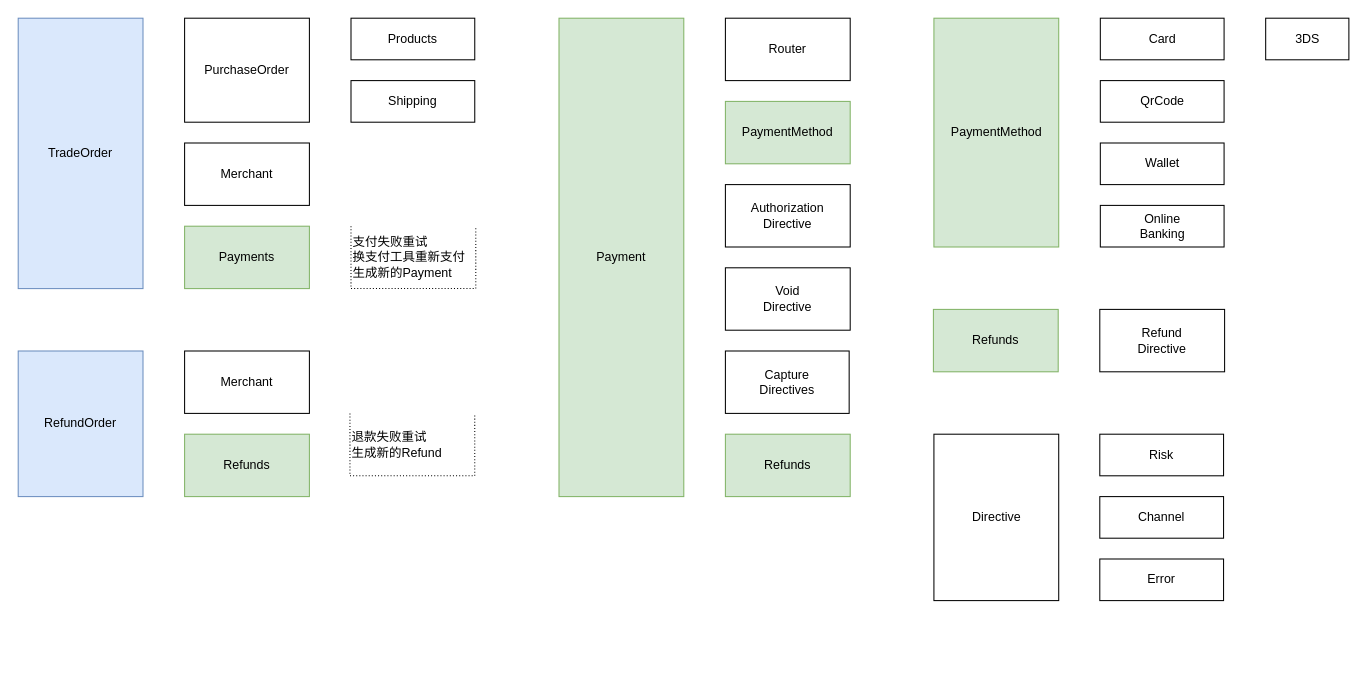
Above: page "模型关系图" (2 of 11) of 支付架构.drawio in JudeSheng/design (draw.io), before the change. Source tidied: cells renumbered, new cells numbered last; positions are measured from the earlier drawing's top-left corner, leaving out a move shared by most shapes. Both pictures are drawn from the tidied source at 104%, with x=0, y=0 at pixel (18, 18).
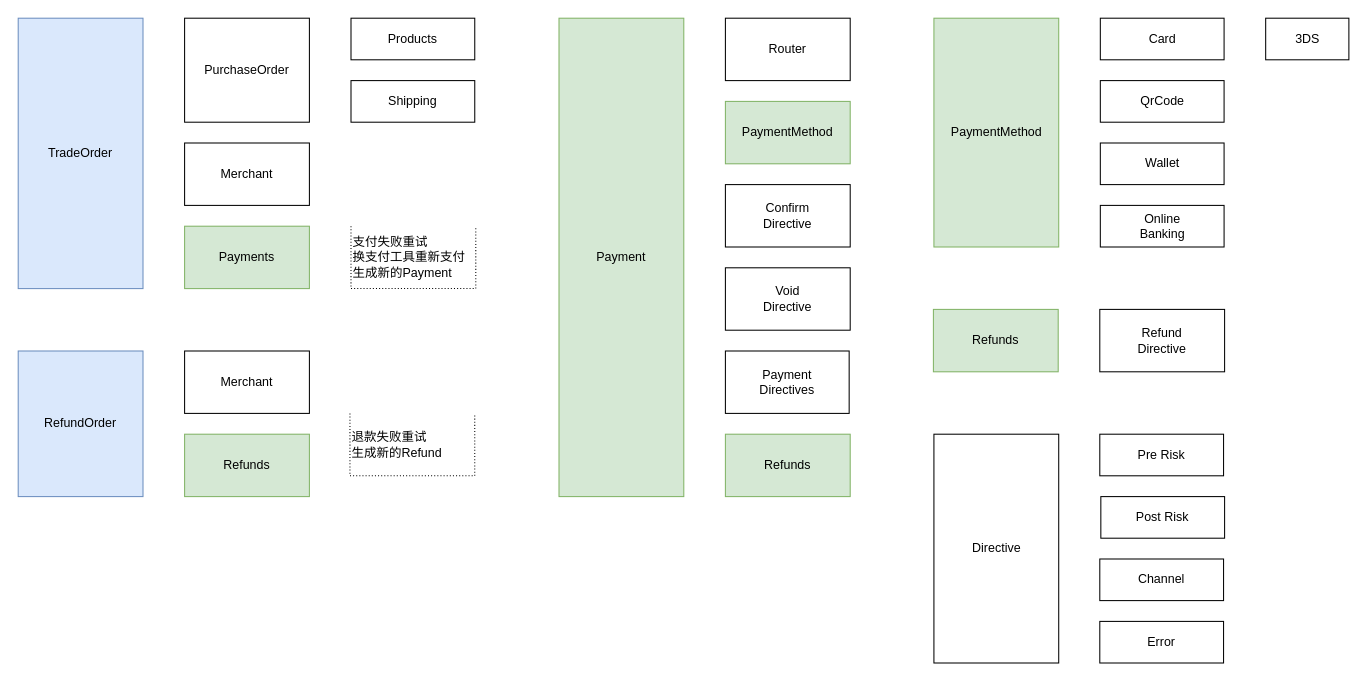
The same diagram, later.

The edit, as a diff of the source:
```diff
@@
-    <mxCell id="3" value="Authorization&lt;br&gt;Directive" style="rounded=0;whiteSpace=wrap;html=1;" parent="1" vertex="1">
+    <mxCell id="3" value="Confirm&lt;br&gt;Directive" style="rounded=0;whiteSpace=wrap;html=1;" parent="1" vertex="1">
       <mxGeometry x="680" y="160" width="120" height="60" as="geometry" />
     </mxCell>
@@
-    <mxCell id="5" value="Capture&lt;br&gt;Directives" style="rounded=0;whiteSpace=wrap;html=1;" parent="1" vertex="1">
+    <mxCell id="5" value="Payment&lt;br&gt;Directives" style="rounded=0;whiteSpace=wrap;html=1;" parent="1" vertex="1">
       <mxGeometry x="680" y="320" width="119" height="60" as="geometry" />
     </mxCell>
@@
     <mxCell id="27" value="Directive" style="rounded=0;whiteSpace=wrap;html=1;" parent="1" vertex="1">
-      <mxGeometry x="880.5" y="400" width="120" height="160" as="geometry" />
+      <mxGeometry x="880.5" y="400" width="120" height="220" as="geometry" />
     </mxCell>
-    <mxCell id="28" value="Risk" style="rounded=0;whiteSpace=wrap;html=1;" parent="1" vertex="1">
+    <mxCell id="28" value="Pre Risk" style="rounded=0;whiteSpace=wrap;html=1;" parent="1" vertex="1">
       <mxGeometry x="1040" y="400" width="119" height="40" as="geometry" />
     </mxCell>
     <mxCell id="29" value="Channel" style="rounded=0;whiteSpace=wrap;html=1;" parent="1" vertex="1">
-      <mxGeometry x="1040" y="460" width="119" height="40" as="geometry" />
+      <mxGeometry x="1040" y="520" width="119" height="40" as="geometry" />
     </mxCell>
     <mxCell id="30" value="Error" style="rounded=0;whiteSpace=wrap;html=1;" parent="1" vertex="1">
-      <mxGeometry x="1040" y="520" width="119" height="40" as="geometry" />
+      <mxGeometry x="1040" y="580" width="119" height="40" as="geometry" />
     </mxCell>
@@
+    <mxCell id="32" value="Post Risk" style="rounded=0;whiteSpace=wrap;html=1;" parent="1" vertex="1">
+      <mxGeometry x="1041" y="460" width="119" height="40" as="geometry" />
+    </mxCell>
```
